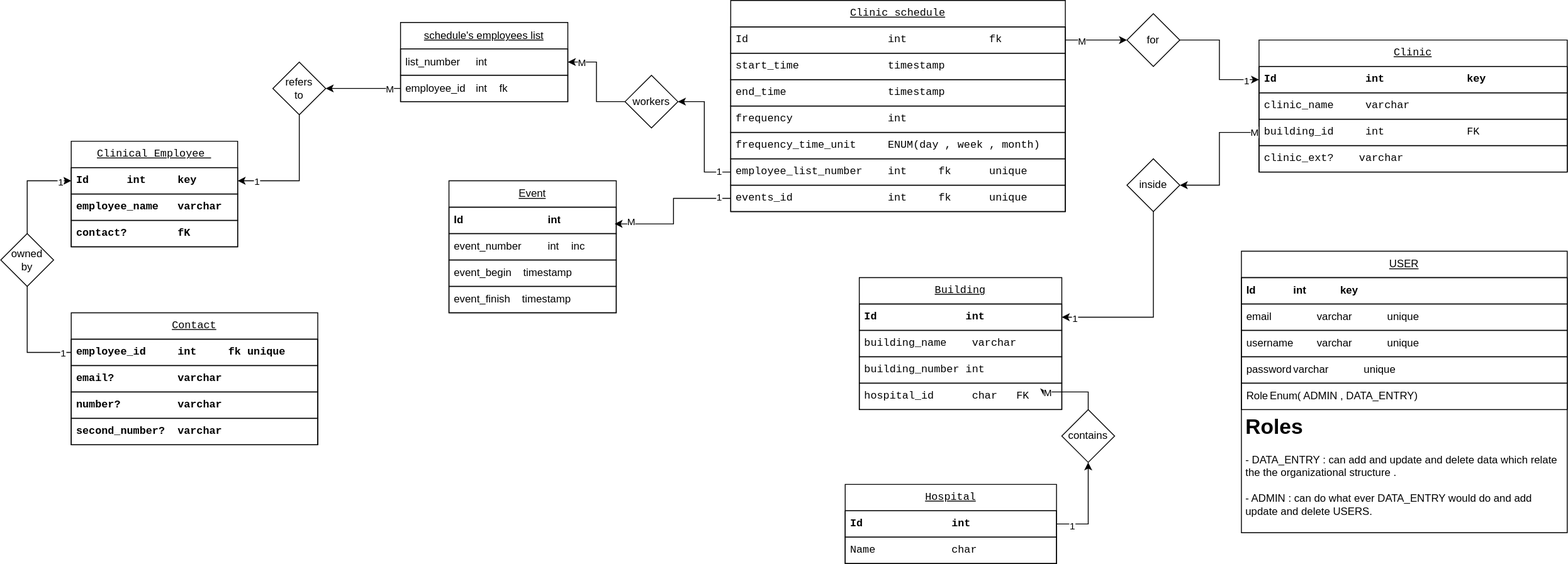
Above: etc/imgs/database.drawio.svg in Abdullah-Khawahir/clinics-schedules (draw.io), before the change. Source tidied: cells renumbered, new cells last; positions are measured from the earlier drawing's top-left corner, leaving out a move shared by most shapes.
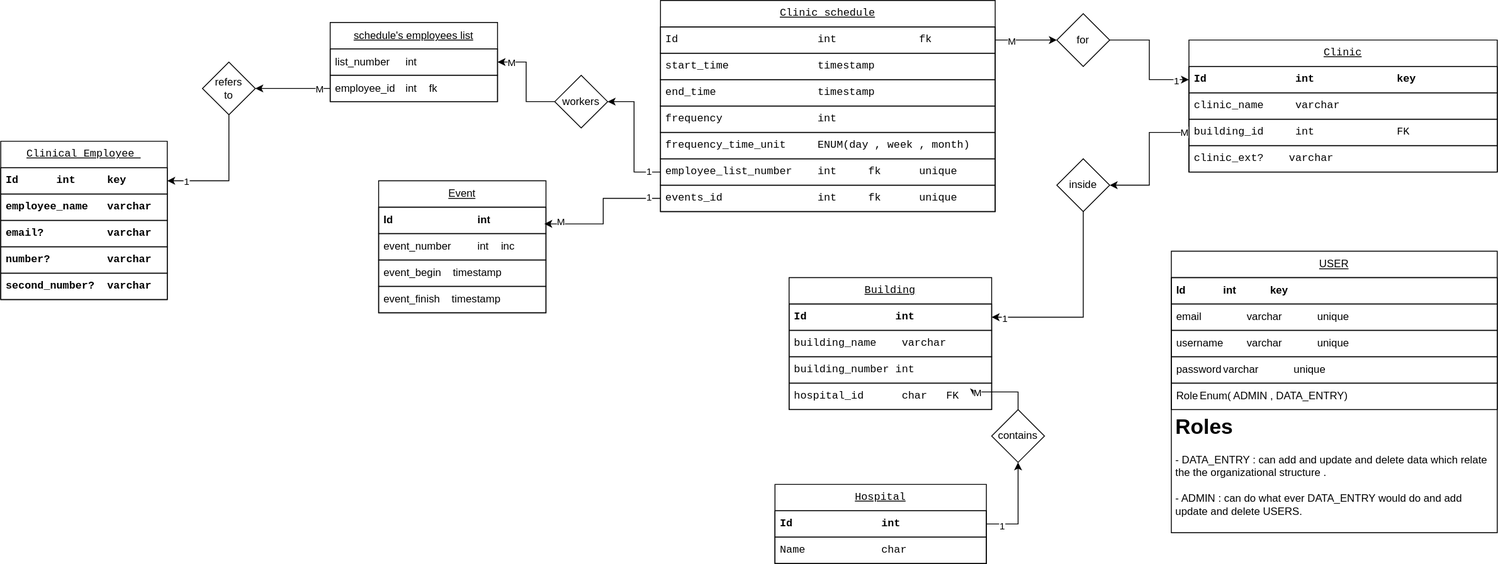
After the commit.

Commit message:
Joining Contacts table to Cinical Employee table database.drawio.svg

Change to the diagram source:
```diff
@@ -42,7 +42,7 @@
       <mxGeometry y="120" width="350" height="30" as="geometry" />
     </mxCell>
     <mxCell id="15" value="Clinical Employee&amp;nbsp; " style="swimlane;fontStyle=4;horizontal=1;startSize=30;whiteSpace=wrap;html=1;fontFamily=monospace;" parent="1" vertex="1">
-      <mxGeometry x="80" y="160" width="189" height="120" as="geometry" />
+      <mxGeometry x="80" y="160" width="189" height="180" as="geometry" />
     </mxCell>
     <mxCell id="16" value="Id&lt;span style=&quot;white-space: pre;&quot;&gt;&#9;&lt;/span&gt;int&lt;span style=&quot;white-space: pre;&quot;&gt;&#9;&lt;/span&gt;key" style="text;strokeColor=default;fillColor=none;align=left;verticalAlign=middle;spacingLeft=4;spacingRight=4;overflow=hidden;points=[[0,0.5],[1,0.5]];portConstraint=eastwest;whiteSpace=wrap;html=1;fontStyle=1;labelBorderColor=none;labelBackgroundColor=none;horizontal=1;spacingTop=0;fontFamily=monospace;" parent="15" vertex="1">
       <mxGeometry y="30" width="189" height="30" as="geometry" />
@@ -50,9 +50,15 @@
     <mxCell id="17" value="employee_name&lt;span style=&quot;white-space: pre;&quot;&gt;&lt;span style=&quot;white-space: pre;&quot;&gt;&#9;&lt;/span&gt;varchar&#9;&lt;/span&gt;" style="text;strokeColor=default;fillColor=none;align=left;verticalAlign=middle;spacingLeft=4;spacingRight=4;overflow=hidden;whiteSpace=wrap;html=1;fontStyle=1;labelBorderColor=none;labelBackgroundColor=none;horizontal=1;spacingTop=0;fontFamily=monospace;" parent="15" vertex="1">
       <mxGeometry y="60" width="189" height="30" as="geometry" />
     </mxCell>
-    <mxCell id="18" value="contact&lt;span style=&quot;white-space: pre;&quot;&gt;?&lt;span style=&quot;white-space: pre;&quot;&gt;&#9;f&lt;/span&gt;K&#9;&lt;/span&gt;" style="text;strokeColor=default;fillColor=none;align=left;verticalAlign=middle;spacingLeft=4;spacingRight=4;overflow=hidden;whiteSpace=wrap;html=1;fontStyle=1;labelBorderColor=none;labelBackgroundColor=none;horizontal=1;spacingTop=0;fontFamily=monospace;" parent="15" vertex="1">
-      <mxGeometry y="90" width="189" height="30" as="geometry" />
-    </mxCell>
+    <mxCell id="29" value="email&lt;span style=&quot;white-space: pre;&quot;&gt;?&#9;&lt;/span&gt;&lt;span style=&quot;white-space: pre;&quot;&gt;&#9;&lt;/span&gt;varchar" style="text;strokeColor=default;fillColor=none;align=left;verticalAlign=middle;spacingLeft=4;spacingRight=4;overflow=hidden;whiteSpace=wrap;html=1;fontStyle=1;labelBorderColor=none;labelBackgroundColor=none;horizontal=1;spacingTop=0;fontFamily=monospace;" parent="15" vertex="1">
+      <mxGeometry y="90" width="189" height="30" as="geometry" />
+    </mxCell>
+    <mxCell id="30" value="number&lt;span style=&quot;white-space: pre;&quot;&gt;?&#9;&lt;/span&gt;&lt;span style=&quot;white-space: pre;&quot;&gt;&#9;&lt;/span&gt;varchar" style="text;strokeColor=default;fillColor=none;align=left;verticalAlign=middle;spacingLeft=4;spacingRight=4;overflow=hidden;whiteSpace=wrap;html=1;fontStyle=1;labelBorderColor=none;labelBackgroundColor=none;horizontal=1;spacingTop=0;fontFamily=monospace;" parent="15" vertex="1">
+      <mxGeometry y="120" width="189" height="30" as="geometry" />
+    </mxCell>
+    <mxCell id="31" value="second_number&lt;span style=&quot;white-space: pre;&quot;&gt;?&#9;&lt;/span&gt;varchar" style="text;strokeColor=default;fillColor=none;align=left;verticalAlign=middle;spacingLeft=4;spacingRight=4;overflow=hidden;whiteSpace=wrap;html=1;fontStyle=1;labelBorderColor=none;labelBackgroundColor=none;horizontal=1;spacingTop=0;fontFamily=monospace;" parent="15" vertex="1">
+      <mxGeometry y="150" width="189" height="30" as="geometry" />
+    </mxCell>
     <mxCell id="19" value="Clinic schedule" style="swimlane;fontStyle=4;horizontal=1;startSize=30;whiteSpace=wrap;html=1;fontFamily=monospace;" parent="1" vertex="1">
       <mxGeometry x="829" width="380" height="240" as="geometry" />
     </mxCell>
@@ -77,27 +83,6 @@
     <mxCell id="26" value="events_id&lt;span style=&quot;white-space: pre;&quot;&gt;&#9;&lt;span style=&quot;white-space: pre;&quot;&gt;&#9;&lt;/span&gt;&lt;/span&gt;&lt;span style=&quot;white-space: pre;&quot;&gt;&lt;code&gt;int&lt;span style=&quot;white-space: pre;&quot;&gt;&#9;&lt;/span&gt;fk&lt;/code&gt;&lt;/span&gt;&lt;span style=&quot;white-space: pre;&quot;&gt;&#9;&lt;/span&gt;unique" style="text;strokeColor=default;fillColor=none;align=left;verticalAlign=middle;spacingLeft=4;spacingRight=4;overflow=hidden;points=[[0,0.5],[1,0.5]];portConstraint=eastwest;whiteSpace=wrap;html=1;fontFamily=monospace;" parent="19" vertex="1">
       <mxGeometry y="210" width="380" height="30" as="geometry" />
     </mxCell>
-    <mxCell id="27" value="Contact" style="swimlane;fontStyle=4;horizontal=1;startSize=30;whiteSpace=wrap;html=1;fontFamily=monospace;" parent="1" vertex="1">
-      <mxGeometry x="80" y="355" width="280" height="150" as="geometry" />
-    </mxCell>
-    <mxCell id="28" value="employee_id&lt;span style=&quot;white-space: pre;&quot;&gt;&#9;&lt;/span&gt;int&lt;span style=&quot;white-space: pre;&quot;&gt;&#9;&lt;/span&gt;fk unique" style="text;strokeColor=default;fillColor=none;align=left;verticalAlign=middle;spacingLeft=4;spacingRight=4;overflow=hidden;points=[[0,0.5],[1,0.5]];portConstraint=eastwest;whiteSpace=wrap;html=1;fontStyle=1;labelBorderColor=none;labelBackgroundColor=none;horizontal=1;spacingTop=0;fontFamily=monospace;" parent="27" vertex="1">
-      <mxGeometry y="30" width="280" height="30" as="geometry" />
-    </mxCell>
-    <mxCell id="29" value="email&lt;span style=&quot;white-space: pre;&quot;&gt;?&#9;&lt;/span&gt;&lt;span style=&quot;white-space: pre;&quot;&gt;&#9;&lt;/span&gt;varchar" style="text;strokeColor=default;fillColor=none;align=left;verticalAlign=middle;spacingLeft=4;spacingRight=4;overflow=hidden;whiteSpace=wrap;html=1;fontStyle=1;labelBorderColor=none;labelBackgroundColor=none;horizontal=1;spacingTop=0;fontFamily=monospace;" parent="27" vertex="1">
-      <mxGeometry y="60" width="280" height="30" as="geometry" />
-    </mxCell>
-    <mxCell id="30" value="number&lt;span style=&quot;white-space: pre;&quot;&gt;?&#9;&lt;/span&gt;&lt;span style=&quot;white-space: pre;&quot;&gt;&#9;&lt;/span&gt;varchar" style="text;strokeColor=default;fillColor=none;align=left;verticalAlign=middle;spacingLeft=4;spacingRight=4;overflow=hidden;whiteSpace=wrap;html=1;fontStyle=1;labelBorderColor=none;labelBackgroundColor=none;horizontal=1;spacingTop=0;fontFamily=monospace;" parent="27" vertex="1">
-      <mxGeometry y="90" width="280" height="30" as="geometry" />
-    </mxCell>
-    <mxCell id="31" value="second_number&lt;span style=&quot;white-space: pre;&quot;&gt;?&#9;&lt;/span&gt;varchar" style="text;strokeColor=default;fillColor=none;align=left;verticalAlign=middle;spacingLeft=4;spacingRight=4;overflow=hidden;whiteSpace=wrap;html=1;fontStyle=1;labelBorderColor=none;labelBackgroundColor=none;horizontal=1;spacingTop=0;fontFamily=monospace;" parent="27" vertex="1">
-      <mxGeometry y="120" width="280" height="30" as="geometry" />
-    </mxCell>
-    <mxCell id="32" style="edgeStyle=orthogonalEdgeStyle;rounded=0;jettySize=auto;html=1;entryX=0;entryY=0.5;entryDx=0;entryDy=0;" parent="1" edge="1" source="51" target="16">
-      <mxGeometry relative="1" as="geometry" />
-    </mxCell>
-    <mxCell id="33" value="1" style="edgeLabel;html=1;align=center;verticalAlign=middle;" parent="32" vertex="1">
-      <mxGeometry x="0.76" y="-1" relative="1" as="geometry" />
-    </mxCell>
     <mxCell id="34" style="edgeStyle=orthogonalEdgeStyle;rounded=0;jettySize=auto;html=1;" parent="1" edge="1" source="45" target="9">
       <mxGeometry relative="1" as="geometry" />
     </mxCell>
@@ -143,15 +128,14 @@
     <mxCell id="48" value="for" style="rhombus;whiteSpace=wrap;html=1;" parent="1" vertex="1">
       <mxGeometry x="1279" y="15" width="60" height="60" as="geometry" />
     </mxCell>
-    <mxCell id="49" style="edgeStyle=orthogonalEdgeStyle;rounded=0;jettySize=auto;html=1;entryX=0.5;entryY=1;entryDx=0;entryDy=0;endArrow=none;endFill=0;" parent="1" edge="1" source="28" target="51">
-      <mxGeometry relative="1" as="geometry" />
+    <mxCell id="49" style="edgeStyle=orthogonalEdgeStyle;rounded=0;jettySize=auto;html=1;entryX=0.5;entryY=1;entryDx=0;entryDy=0;endArrow=none;endFill=0;" parent="1" edge="1" target="x">
+      <mxGeometry relative="1" as="geometry">
+        <mxPoint x="80" y="400" as="sourcePoint" />
+      </mxGeometry>
     </mxCell>
     <mxCell id="50" value="1" style="edgeLabel;html=1;align=center;verticalAlign=middle;" parent="49" vertex="1">
       <mxGeometry x="-0.84" relative="1" as="geometry" />
     </mxCell>
-    <mxCell id="51" value="&lt;div&gt;owned&lt;/div&gt;&lt;div&gt;by&lt;br&gt;&lt;/div&gt;" style="rhombus;whiteSpace=wrap;html=1;" parent="1" vertex="1">
-      <mxGeometry y="265" width="60" height="60" as="geometry" />
-    </mxCell>
     <mxCell id="52" value="USER" style="swimlane;fontStyle=4;horizontal=1;startSize=30;whiteSpace=wrap;html=1;" parent="1" vertex="1">
       <mxGeometry x="1409" y="285" width="370" height="320" as="geometry" />
     </mxCell>
```
